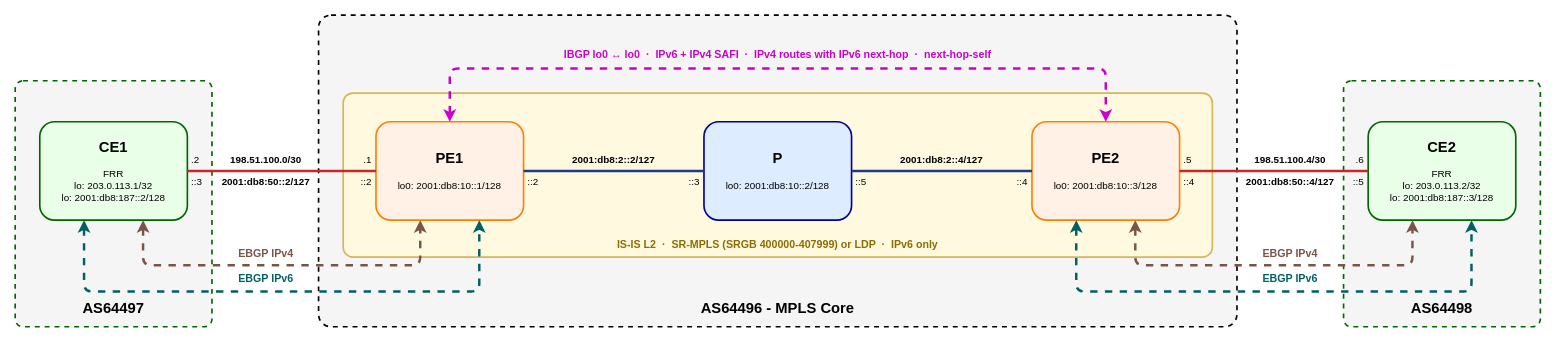
Before: diagram/v6mpls_lab.drawio in topranks/v6mpls, a draw.io diagram. Source tidied: cells renumbered, new cells numbered last; positions are measured from the earlier drawing's top-left corner, leaving out a move shared by most shapes. Both pictures are drawn from the tidied source at 82%, with x=0, y=0 at pixel (15, 15).
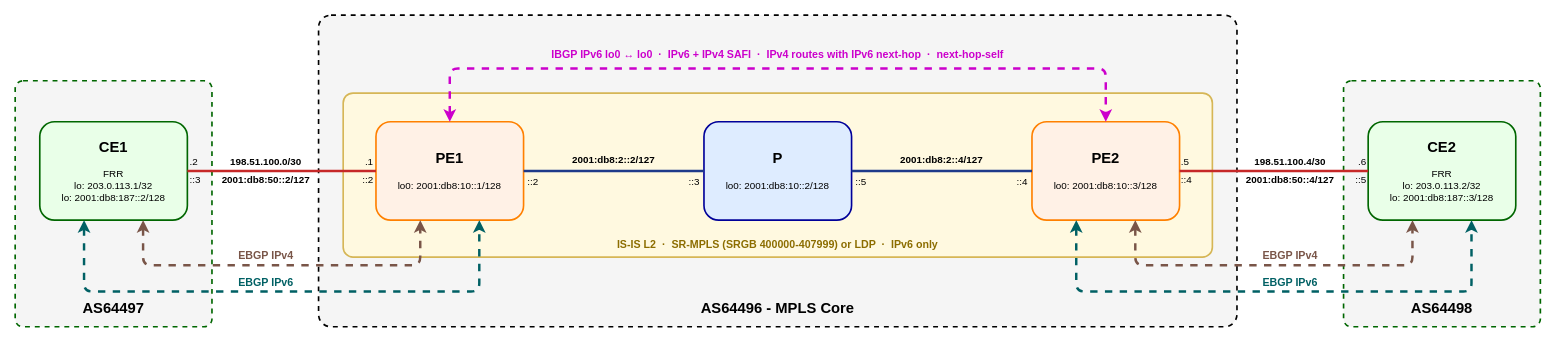
The same page after the edit.

Commit message (it also covers changes not shown here):
diagram tweaks

Change to the diagram source:
```diff
@@
     <mxCell id="12" value="198.51.100.0/30" style="text;html=1;strokeColor=none;fillColor=none;whiteSpace=wrap;rounded=0;verticalAlign=middle;fontSize=12;fontStyle=1;align=center;" parent="1" vertex="1">
-      <mxGeometry x="191" y="166" width="230" height="22" as="geometry" />
+      <mxGeometry x="191" y="168" width="230" height="22" as="geometry" />
     </mxCell>
     <mxCell id="13" value="2001:db8:50::2/127" style="text;html=1;strokeColor=none;fillColor=none;whiteSpace=wrap;rounded=0;verticalAlign=middle;fontSize=12;fontStyle=1;align=center;" parent="1" vertex="1">
-      <mxGeometry x="191" y="192" width="230" height="22" as="geometry" />
+      <mxGeometry x="191" y="190" width="230" height="22" as="geometry" />
     </mxCell>
     <mxCell id="14" value=".2" style="text;html=1;strokeColor=none;fillColor=none;whiteSpace=wrap;rounded=0;verticalAlign=middle;fontSize=12;align=left;" parent="1" vertex="1">
-      <mxGeometry x="213" y="167" width="90" height="20" as="geometry" />
+      <mxGeometry x="211" y="169" width="90" height="20" as="geometry" />
     </mxCell>
     <mxCell id="15" value="::3" style="text;html=1;strokeColor=none;fillColor=none;whiteSpace=wrap;rounded=0;verticalAlign=middle;fontSize=12;align=left;" parent="1" vertex="1">
-      <mxGeometry x="213" y="193" width="90" height="20" as="geometry" />
+      <mxGeometry x="211" y="191" width="90" height="20" as="geometry" />
     </mxCell>
     <mxCell id="16" value=".1" style="text;html=1;strokeColor=none;fillColor=none;whiteSpace=wrap;rounded=0;verticalAlign=middle;fontSize=12;align=right;" parent="1" vertex="1">
-      <mxGeometry x="347" y="167" width="90" height="20" as="geometry" />
+      <mxGeometry x="349" y="169" width="90" height="20" as="geometry" />
     </mxCell>
     <mxCell id="17" value="::2" style="text;html=1;strokeColor=none;fillColor=none;whiteSpace=wrap;rounded=0;verticalAlign=middle;fontSize=12;align=right;" parent="1" vertex="1">
-      <mxGeometry x="347" y="193" width="90" height="20" as="geometry" />
+      <mxGeometry x="349" y="191" width="90" height="20" as="geometry" />
     </mxCell>
@@
     <mxCell id="27" value="198.51.100.4/30" style="text;html=1;strokeColor=none;fillColor=none;whiteSpace=wrap;rounded=0;verticalAlign=middle;fontSize=12;fontStyle=1;align=center;" parent="1" vertex="1">
-      <mxGeometry x="1440" y="166" width="230" height="22" as="geometry" />
+      <mxGeometry x="1440" y="168" width="230" height="22" as="geometry" />
     </mxCell>
     <mxCell id="28" value="2001:db8:50::4/127" style="text;html=1;strokeColor=none;fillColor=none;whiteSpace=wrap;rounded=0;verticalAlign=middle;fontSize=12;fontStyle=1;align=center;" parent="1" vertex="1">
-      <mxGeometry x="1440" y="192" width="230" height="22" as="geometry" />
+      <mxGeometry x="1440" y="190" width="230" height="22" as="geometry" />
     </mxCell>
     <mxCell id="29" value=".5" style="text;html=1;strokeColor=none;fillColor=none;whiteSpace=wrap;rounded=0;verticalAlign=middle;fontSize=12;align=left;" parent="1" vertex="1">
-      <mxGeometry x="1423" y="167" width="90" height="20" as="geometry" />
+      <mxGeometry x="1420" y="169" width="90" height="20" as="geometry" />
     </mxCell>
     <mxCell id="30" value="::4" style="text;html=1;strokeColor=none;fillColor=none;whiteSpace=wrap;rounded=0;verticalAlign=middle;fontSize=12;align=left;" parent="1" vertex="1">
-      <mxGeometry x="1423" y="193" width="90" height="20" as="geometry" />
+      <mxGeometry x="1420" y="191" width="90" height="20" as="geometry" />
     </mxCell>
     <mxCell id="31" value=".6" style="text;html=1;strokeColor=none;fillColor=none;whiteSpace=wrap;rounded=0;verticalAlign=middle;fontSize=12;align=right;" parent="1" vertex="1">
-      <mxGeometry x="1557" y="167" width="90" height="20" as="geometry" />
+      <mxGeometry x="1560" y="169" width="90" height="20" as="geometry" />
     </mxCell>
     <mxCell id="32" value="::5" style="text;html=1;strokeColor=none;fillColor=none;whiteSpace=wrap;rounded=0;verticalAlign=middle;fontSize=12;align=right;" parent="1" vertex="1">
-      <mxGeometry x="1557" y="193" width="90" height="20" as="geometry" />
+      <mxGeometry x="1560" y="191" width="90" height="20" as="geometry" />
     </mxCell>
@@
-    <mxCell id="34" value="IBGP lo0 ↔ lo0 &amp;nbsp;·&amp;nbsp; IPv6 + IPv4 SAFI&amp;nbsp; ·&amp;nbsp; IPv4 routes with IPv6 next-hop &amp;nbsp;·&amp;nbsp; next-hop-self" style="text;html=1;strokeColor=none;fillColor=none;whiteSpace=wrap;rounded=0;verticalAlign=middle;align=center;fontSize=13;fontStyle=1;fontColor=#CC00CC;" parent="1" vertex="1">
+    <mxCell id="34" value="IBGP IPv6 lo0 ↔ lo0 &amp;nbsp;·&amp;nbsp; IPv6 + IPv4 SAFI&amp;nbsp; ·&amp;nbsp; IPv4 routes with IPv6 next-hop &amp;nbsp;·&amp;nbsp; next-hop-self" style="text;html=1;strokeColor=none;fillColor=none;whiteSpace=wrap;rounded=0;verticalAlign=middle;align=center;fontSize=13;fontStyle=1;fontColor=#CC00CC;" parent="1" vertex="1">
       <mxGeometry x="630" y="35" width="600" height="26" as="geometry" />
     </mxCell>
@@
     <mxCell id="39" value="EBGP IPv4" style="text;html=1;strokeColor=none;fillColor=none;whiteSpace=wrap;rounded=0;verticalAlign=middle;align=center;fontSize=13;fontStyle=1;fontColor=#795548;" parent="1" vertex="1">
-      <mxGeometry x="196" y="279" width="220" height="24" as="geometry" />
+      <mxGeometry x="196" y="281" width="220" height="24" as="geometry" />
     </mxCell>
     <mxCell id="40" value="EBGP IPv6" style="text;html=1;strokeColor=none;fillColor=none;whiteSpace=wrap;rounded=0;verticalAlign=middle;align=center;fontSize=13;fontStyle=1;fontColor=#006064;" parent="1" vertex="1">
-      <mxGeometry x="196" y="309" width="220" height="24" as="geometry" />
+      <mxGeometry x="196" y="314" width="220" height="24" as="geometry" />
     </mxCell>
     <mxCell id="41" value="EBGP IPv4" style="text;html=1;strokeColor=none;fillColor=none;whiteSpace=wrap;rounded=0;verticalAlign=middle;align=center;fontSize=13;fontStyle=1;fontColor=#795548;" parent="1" vertex="1">
-      <mxGeometry x="1445" y="279" width="220" height="24" as="geometry" />
+      <mxGeometry x="1445" y="281" width="220" height="24" as="geometry" />
     </mxCell>
     <mxCell id="42" value="EBGP IPv6" style="text;html=1;strokeColor=none;fillColor=none;whiteSpace=wrap;rounded=0;verticalAlign=middle;align=center;fontSize=13;fontStyle=1;fontColor=#006064;" parent="1" vertex="1">
-      <mxGeometry x="1445" y="309" width="220" height="24" as="geometry" />
+      <mxGeometry x="1445" y="314" width="220" height="24" as="geometry" />
     </mxCell>
```
